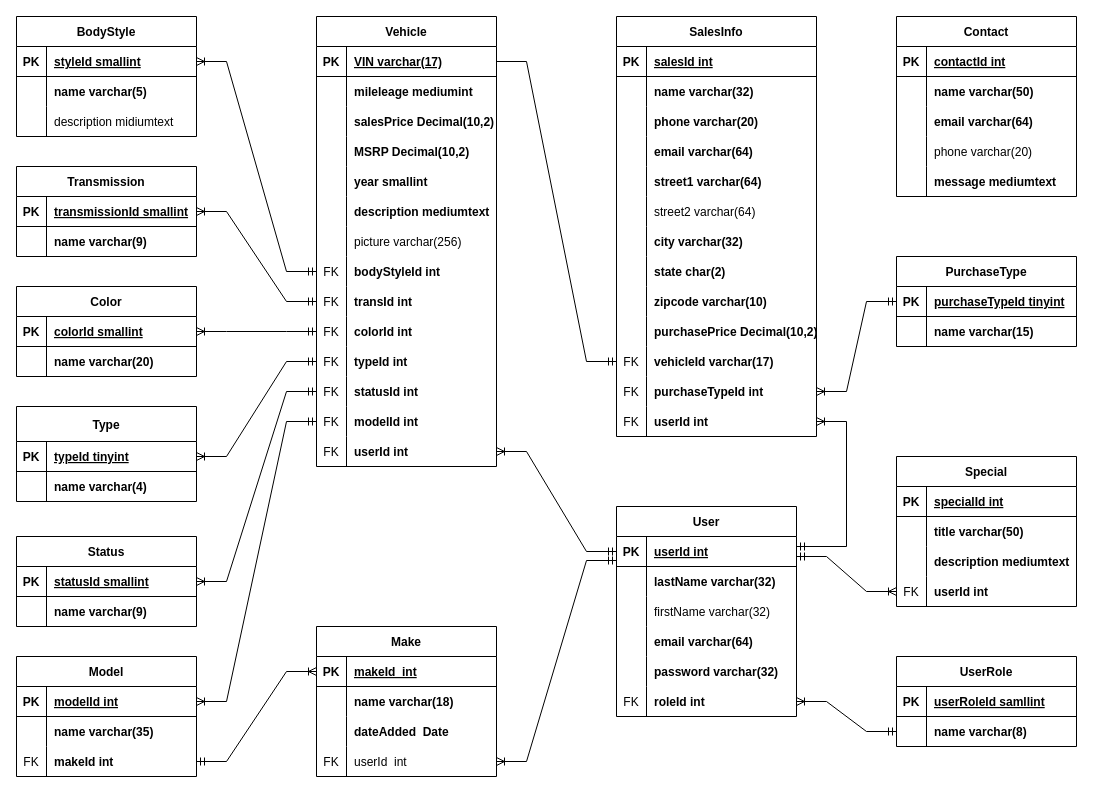
The draw.io diagram ERD.drawio in GrantGsell/CarDealership, before the edit. Source tidied: cells renumbered, new cells numbered last; positions are measured from the earlier drawing's top-left corner, leaving out a move shared by most shapes. Both pictures are drawn from the tidied source at 100%, with x=0, y=0 at pixel (16, 16).
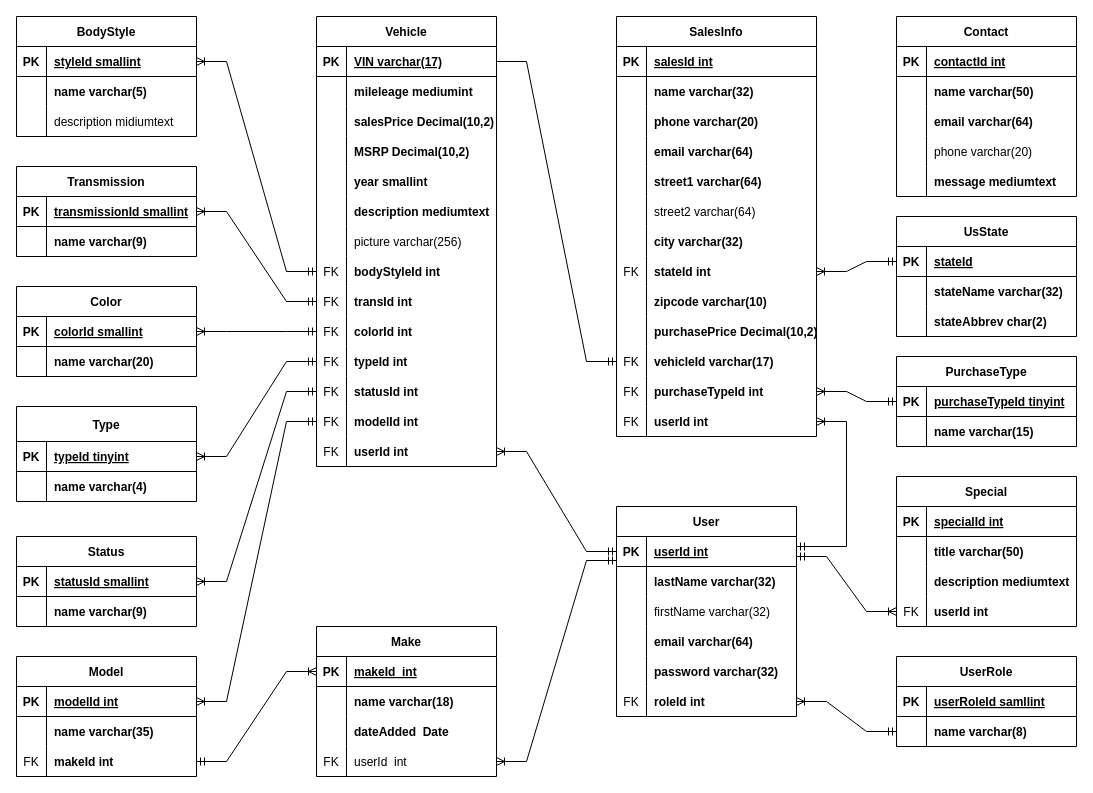
The same diagram, later.

The change refers to these unchanged cells:
```xml
<mxCell id="156" style="shape=tableRow;horizontal=0;startSize=0;swimlaneHead=0;swimlaneBody=0;fillColor=none;points=[[0,0.5],[1,0.5]];portConstraint=eastwest;top=0;left=0;right=0;bottom=0;" parent="134" vertex="1">
  <mxGeometry y="240" width="200" height="30" as="geometry" />
</mxCell>
```

Change to the diagram source:
```diff
@@
-    <mxCell id="157" style="shape=partialRectangle;fillColor=none;top=0;left=0;bottom=0;right=0;overflow=hidden;" parent="156" vertex="1">
+    <mxCell id="157" value="FK" style="shape=partialRectangle;fillColor=none;top=0;left=0;bottom=0;right=0;overflow=hidden;" parent="156" vertex="1">
       <mxGeometry width="30" height="30" as="geometry" />
     </mxCell>
-    <mxCell id="158" value="state char(2)" style="shape=partialRectangle;fillColor=none;top=0;left=0;bottom=0;right=0;align=left;spacingLeft=6;overflow=hidden;fontStyle=1;" parent="156" vertex="1">
+    <mxCell id="158" value="stateId int" style="shape=partialRectangle;fillColor=none;top=0;left=0;bottom=0;right=0;align=left;spacingLeft=6;overflow=hidden;fontStyle=1;" parent="156" vertex="1">
       <mxGeometry x="30" width="170" height="30" as="geometry" />
     </mxCell>
@@
     <mxCell id="174" value="PurchaseType" style="shape=table;startSize=30;childLayout=tableLayout;rowLines=0;fontStyle=1;align=center;" parent="1" vertex="1">
-      <mxGeometry x="880" y="240" width="180" height="90" as="geometry" />
+      <mxGeometry x="880" y="340" width="180" height="90" as="geometry" />
     </mxCell>
@@
     <mxCell id="188" value="Special" style="shape=table;startSize=30;childLayout=tableLayout;rowLines=0;fontStyle=1;align=center;" parent="1" vertex="1">
-      <mxGeometry x="880" y="440" width="180" height="150" as="geometry" />
+      <mxGeometry x="880" y="460" width="180" height="150" as="geometry" />
     </mxCell>
@@
+    <mxCell id="222" value="UsState" style="shape=table;startSize=30;childLayout=tableLayout;rowLines=0;fontStyle=1;align=center;" parent="1" vertex="1">
+      <mxGeometry x="880" y="200" width="180" height="120" as="geometry" />
+    </mxCell>
+    <mxCell id="223" style="shape=tableRow;horizontal=0;startSize=0;swimlaneHead=0;swimlaneBody=0;fillColor=none;points=[[0,0.5],[1,0.5]];portConstraint=eastwest;top=0;left=0;right=0;bottom=1;" parent="222" vertex="1">
+      <mxGeometry y="30" width="180" height="30" as="geometry" />
+    </mxCell>
+    <mxCell id="224" value="PK" style="shape=partialRectangle;fillColor=none;top=0;left=0;bottom=0;right=0;fontStyle=1;overflow=hidden;" parent="223" vertex="1">
+      <mxGeometry width="30" height="30" as="geometry" />
+    </mxCell>
+    <mxCell id="225" value="stateId" style="shape=partialRectangle;fillColor=none;top=0;left=0;bottom=0;right=0;align=left;spacingLeft=6;fontStyle=5;overflow=hidden;" parent="223" vertex="1">
+      <mxGeometry x="30" width="150" height="30" as="geometry" />
+    </mxCell>
+    <mxCell id="226" style="shape=tableRow;horizontal=0;startSize=0;swimlaneHead=0;swimlaneBody=0;fillColor=none;top=0;left=0;right=0;bottom=0;" parent="222" vertex="1">
+      <mxGeometry y="60" width="180" height="30" as="geometry" />
+    </mxCell>
+    <mxCell id="227" style="shape=partialRectangle;fillColor=none;top=0;left=0;bottom=0;right=0;overflow=hidden;" parent="226" vertex="1">
+      <mxGeometry width="30" height="30" as="geometry" />
+    </mxCell>
+    <mxCell id="228" value="stateName varchar(32)" style="shape=partialRectangle;fillColor=none;top=0;left=0;bottom=0;right=0;align=left;spacingLeft=6;overflow=hidden;fontStyle=1;" parent="226" vertex="1">
+      <mxGeometry x="30" width="150" height="30" as="geometry" />
+    </mxCell>
+    <mxCell id="229" style="shape=tableRow;horizontal=0;startSize=0;swimlaneHead=0;swimlaneBody=0;fillColor=none;top=0;left=0;right=0;bottom=0;" parent="222" vertex="1">
+      <mxGeometry y="90" width="180" height="30" as="geometry" />
+    </mxCell>
+    <mxCell id="230" style="shape=partialRectangle;fillColor=none;top=0;left=0;bottom=0;right=0;overflow=hidden;" parent="229" vertex="1">
+      <mxGeometry width="30" height="30" as="geometry" />
+    </mxCell>
+    <mxCell id="231" value="stateAbbrev char(2)" style="shape=partialRectangle;fillColor=none;top=0;left=0;bottom=0;right=0;align=left;spacingLeft=6;overflow=hidden;fontStyle=1;" parent="229" vertex="1">
+      <mxGeometry x="30" width="150" height="30" as="geometry" />
+    </mxCell>
+    <mxCell id="232" style="edgeStyle=entityRelationEdgeStyle;fontSize=12;html=1;endArrow=ERoneToMany;startArrow=ERmandOne;rounded=0;entryX=1;entryY=0.5;entryDx=0;entryDy=0;exitX=0;exitY=0.5;exitDx=0;exitDy=0;" parent="1" edge="1" source="223" target="156">
+      <mxGeometry relative="1" as="geometry" />
+    </mxCell>
```
